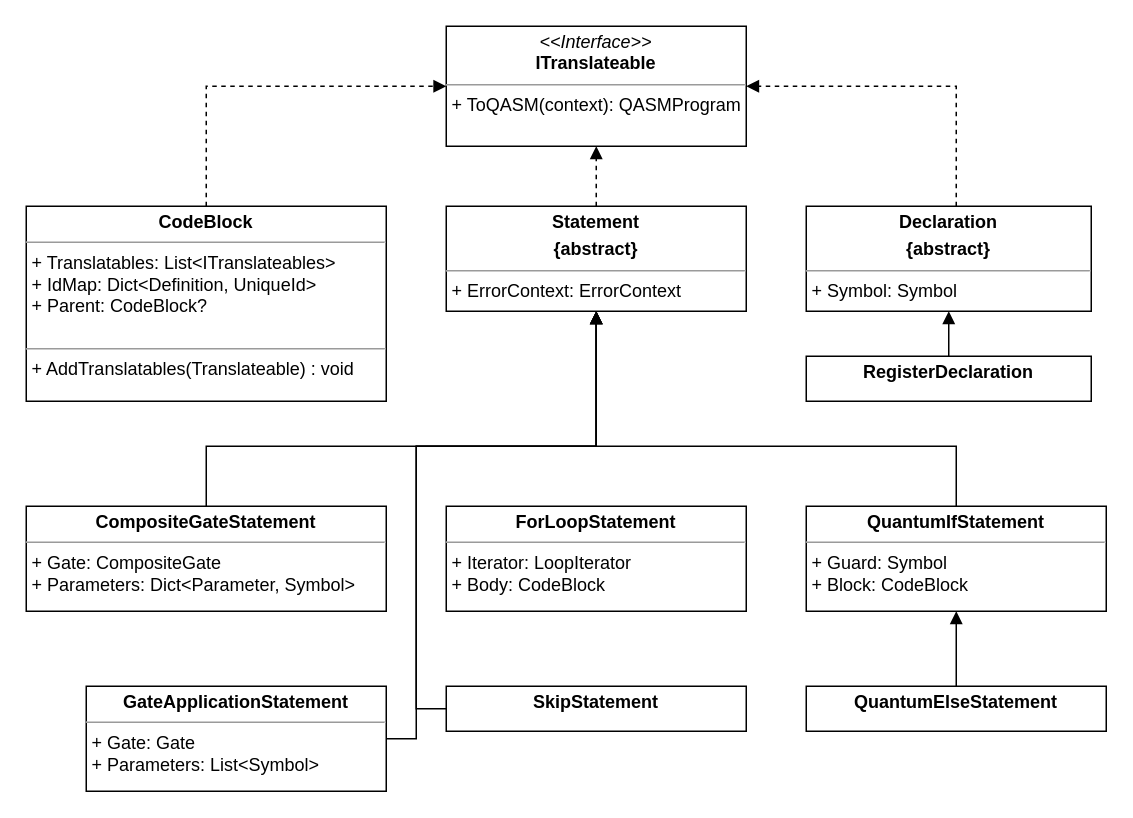
Earlier version of the draw.io diagram figures/drawio/uml_translateables.drawio (SaschaRWTH/masterthesis). Source tidied: cells renumbered, new cells numbered last; positions are measured from the earlier drawing's top-left corner, leaving out a move shared by most shapes. Both pictures are drawn from the tidied source at 150%, with x=0, y=0 at pixel (26, 26).
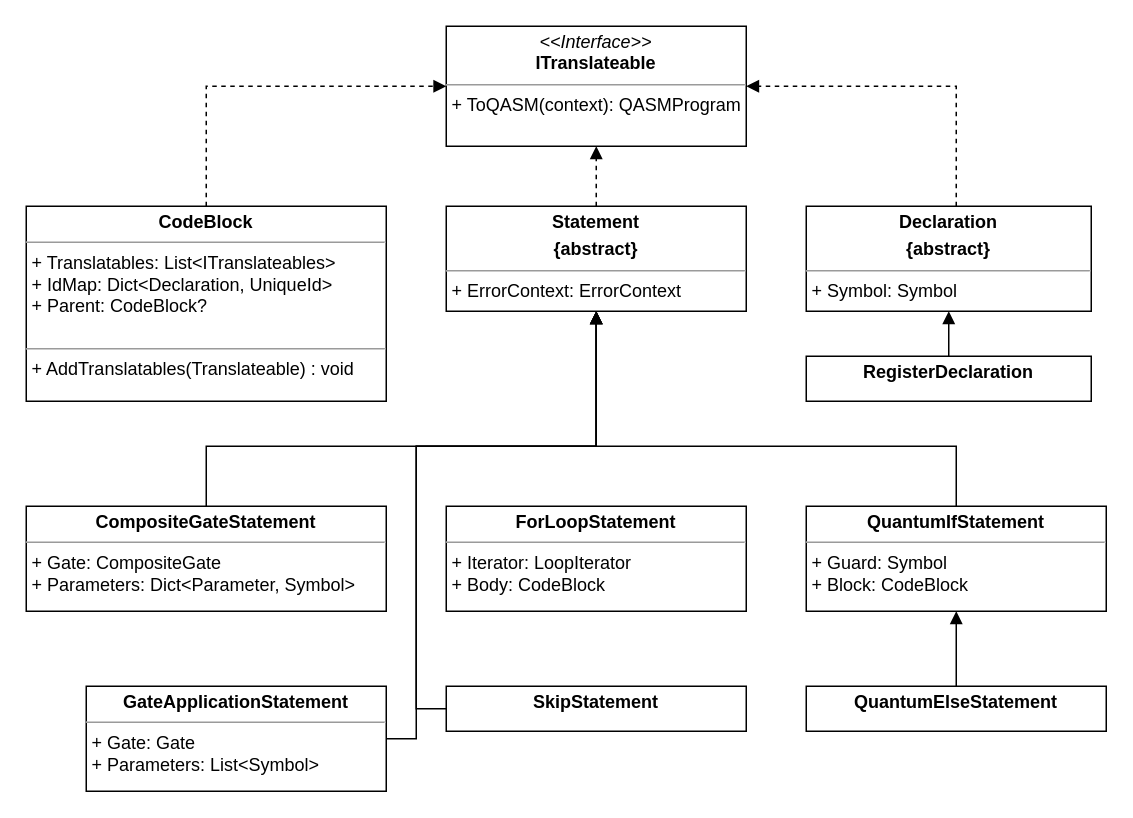
After the change.

Commit message (it also covers changes not shown here):
fix: change definition in fig to declaration

Diff of the diagram source:
```diff
@@
-    <mxCell id="6" value="&lt;p style=&quot;margin:0px;margin-top:4px;text-align:center;&quot;&gt;&lt;b&gt;CodeBlock&lt;br&gt;&lt;/b&gt;&lt;/p&gt;&lt;hr size=&quot;1&quot;&gt;&lt;p style=&quot;margin:0px;margin-left:4px;&quot;&gt;+ Translatables: List&amp;lt;ITranslateables&amp;gt;&lt;br&gt;+ IdMap: Dict&amp;lt;Definition, UniqueId&amp;gt;&lt;br&gt;&lt;/p&gt;&lt;p style=&quot;margin:0px;margin-left:4px;&quot;&gt;+ Parent: CodeBlock?&lt;/p&gt;&lt;br&gt;&lt;hr size=&quot;1&quot;&gt;&lt;p style=&quot;margin: 0px 0px 0px 4px;&quot;&gt;+ AddTranslatables(Translateable) : void&lt;/p&gt;" style="verticalAlign=top;align=left;overflow=fill;fontSize=12;fontFamily=Helvetica;html=1;" parent="1" vertex="1">
+    <mxCell id="6" value="&lt;p style=&quot;margin:0px;margin-top:4px;text-align:center;&quot;&gt;&lt;b&gt;CodeBlock&lt;br&gt;&lt;/b&gt;&lt;/p&gt;&lt;hr size=&quot;1&quot;&gt;&lt;p style=&quot;margin:0px;margin-left:4px;&quot;&gt;+ Translatables: List&amp;lt;ITranslateables&amp;gt;&lt;br&gt;+ IdMap: Dict&amp;lt;Declaration, UniqueId&amp;gt;&lt;br&gt;&lt;/p&gt;&lt;p style=&quot;margin:0px;margin-left:4px;&quot;&gt;+ Parent: CodeBlock?&lt;/p&gt;&lt;br&gt;&lt;hr size=&quot;1&quot;&gt;&lt;p style=&quot;margin: 0px 0px 0px 4px;&quot;&gt;+ AddTranslatables(Translateable) : void&lt;/p&gt;" style="verticalAlign=top;align=left;overflow=fill;fontSize=12;fontFamily=Helvetica;html=1;" parent="1" vertex="1">
       <mxGeometry y="120" width="240" height="130" as="geometry" />
     </mxCell>
```
